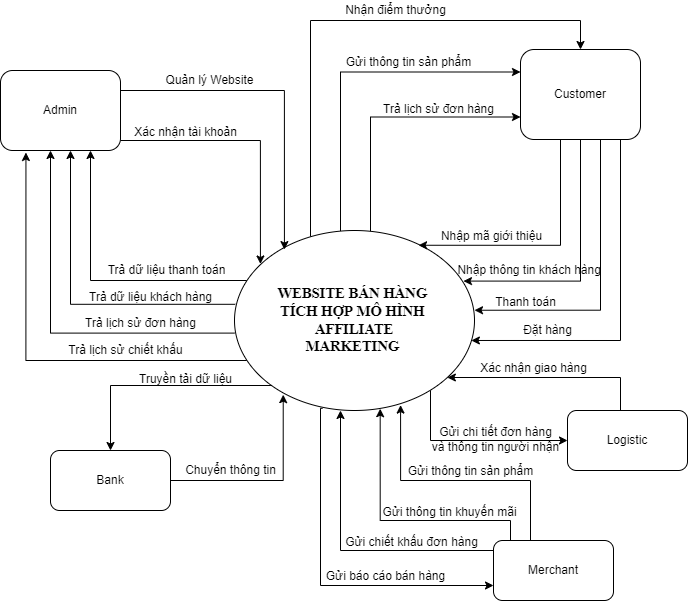
leanhtuan9497/DoAnTotNghiep keeps this draw.io diagram as SystemContent.png. Above is the earlier version. Source tidied: cells renumbered, new cells last; positions are measured from the earlier drawing's top-left corner, leaving out a move shared by most shapes.
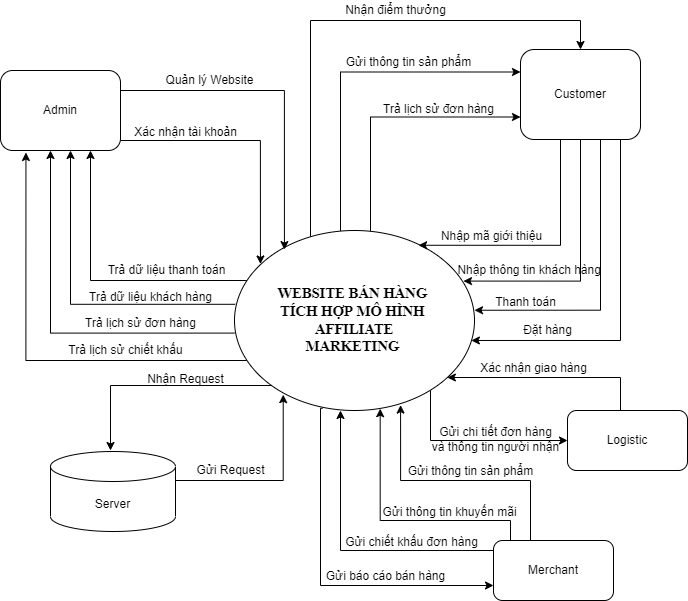
The same file after the commit.

The edit, as a diff of the source:
```diff
@@ -41,9 +41,10 @@
         </Array>
       </mxGeometry>
     </mxCell>
-    <mxCell id="7" style="edgeStyle=orthogonalEdgeStyle;rounded=0;jettySize=auto;html=1;entryX=0.5;entryY=0;entryDx=0;entryDy=0;" parent="1" edge="1" target="25">
+    <mxCell id="7" style="edgeStyle=orthogonalEdgeStyle;rounded=0;orthogonalLoop=1;jettySize=auto;html=1;entryX=0.5;entryY=0;entryDx=0;entryDy=0;" parent="1" edge="1">
       <mxGeometry relative="1" as="geometry">
         <mxPoint x="272" y="385" as="sourcePoint" />
+        <mxPoint x="110" y="450" as="targetPoint" />
         <Array as="points">
           <mxPoint x="110" y="385" />
         </Array>
@@ -152,12 +153,11 @@
     <mxCell id="23" value="Merchant" style="rounded=1;whiteSpace=wrap;html=1;" parent="1" vertex="1">
       <mxGeometry x="493" y="540" width="120" height="60" as="geometry" />
     </mxCell>
-    <mxCell id="24" style="edgeStyle=orthogonalEdgeStyle;rounded=0;jettySize=auto;html=1;entryX=0.203;entryY=0.912;entryDx=0;entryDy=0;entryPerimeter=0;" parent="1" edge="1" source="25" target="12">
-      <mxGeometry relative="1" as="geometry" />
+    <mxCell id="24" style="edgeStyle=orthogonalEdgeStyle;rounded=0;jettySize=auto;html=1;entryX=0.203;entryY=0.912;entryDx=0;entryDy=0;entryPerimeter=0;" parent="1" edge="1" target="12">
+      <mxGeometry relative="1" as="geometry">
+        <mxPoint x="170" y="480" as="sourcePoint" />
+      </mxGeometry>
     </mxCell>
-    <mxCell id="25" value="Bank" style="rounded=1;whiteSpace=wrap;html=1;" parent="1" vertex="1">
-      <mxGeometry x="50" y="450" width="120" height="60" as="geometry" />
-    </mxCell>
     <mxCell id="26" style="edgeStyle=orthogonalEdgeStyle;rounded=0;jettySize=auto;html=1;entryX=0.208;entryY=0.106;entryDx=0;entryDy=0;entryPerimeter=0;" parent="1" edge="1" source="28" target="12">
       <mxGeometry relative="1" as="geometry">
         <Array as="points">
@@ -187,11 +187,11 @@
     <mxCell id="32" value="Trả lịch sử đơn hàng" style="text;html=1;align=center;verticalAlign=middle;strokeColor=none;fillColor=none;" parent="1" vertex="1">
       <mxGeometry x="75" y="313" width="130" height="20" as="geometry" />
     </mxCell>
-    <mxCell id="33" value="Truyền tải dữ liệu" style="text;html=1;align=center;verticalAlign=middle;strokeColor=none;fillColor=none;" parent="1" vertex="1">
-      <mxGeometry x="130" y="369" width="110" height="20" as="geometry" />
+    <mxCell id="33" value="Nhận Request" style="text;html=1;align=center;verticalAlign=middle;strokeColor=none;fillColor=none;" parent="1" vertex="1">
+      <mxGeometry x="140" y="369" width="90" height="20" as="geometry" />
     </mxCell>
-    <mxCell id="34" value="Chuyển thông tin" style="text;html=1;align=center;verticalAlign=middle;strokeColor=none;fillColor=none;" parent="1" vertex="1">
-      <mxGeometry x="175" y="460" width="110" height="20" as="geometry" />
+    <mxCell id="34" value="Gửi Request" style="text;html=1;align=center;verticalAlign=middle;strokeColor=none;fillColor=none;" parent="1" vertex="1">
+      <mxGeometry x="190" y="460" width="80" height="20" as="geometry" />
     </mxCell>
     <mxCell id="35" value="Gửi thông tin khuyến mãi" style="text;html=1;align=center;verticalAlign=middle;strokeColor=none;fillColor=none;" parent="1" vertex="1">
       <mxGeometry x="374" y="502" width="150" height="20" as="geometry" />
@@ -238,5 +238,8 @@
     <mxCell id="49" value="Trả lịch sử chiết khấu" style="text;html=1;align=center;verticalAlign=middle;strokeColor=none;fillColor=none;" parent="1" vertex="1">
       <mxGeometry x="60" y="340" width="130" height="20" as="geometry" />
     </mxCell>
+    <mxCell id="50" value="Server" style="shape=cylinder3;whiteSpace=wrap;html=1;boundedLbl=1;backgroundOutline=1;size=15;" parent="1" vertex="1">
+      <mxGeometry x="50" y="451" width="125" height="80" as="geometry" />
+    </mxCell>
   </root>
 </mxGraphModel>
```
